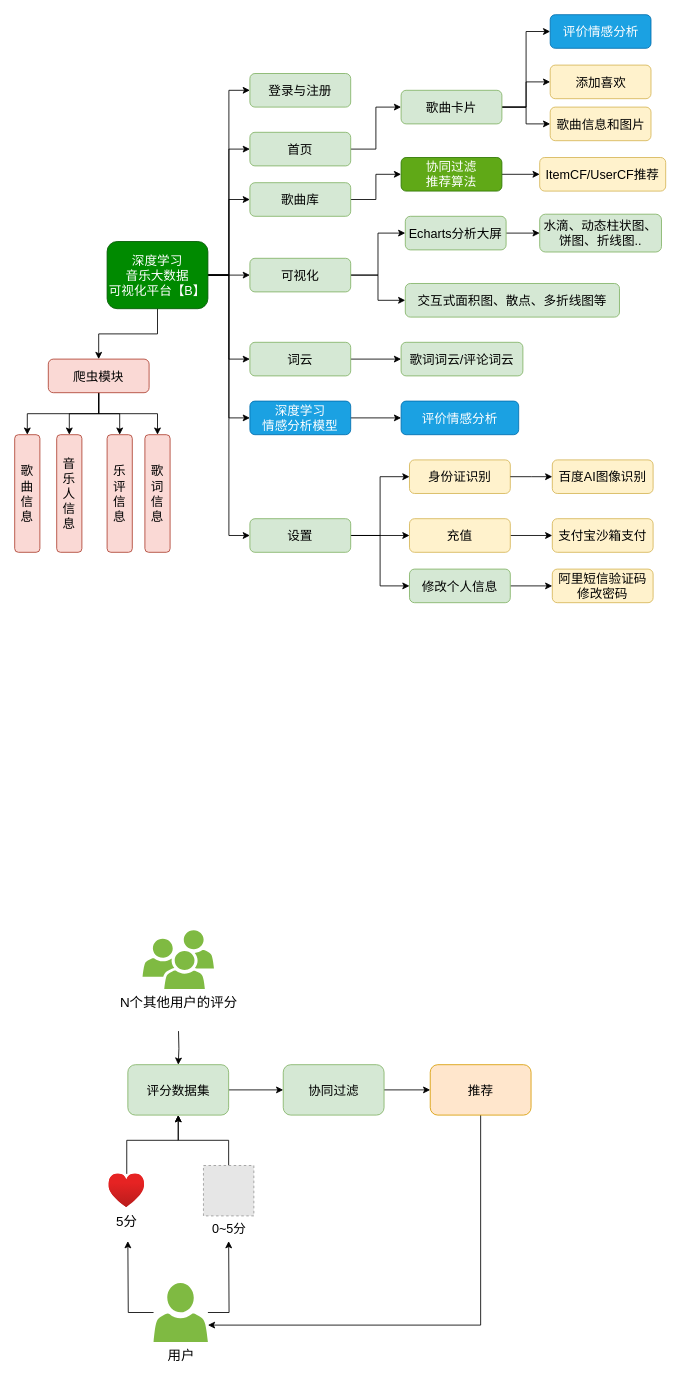
Before: 20-flask-微博大数据.drawio in redcomet88/DRAW, a draw.io diagram. Source tidied: cells renumbered, new cells numbered last; positions are measured from the earlier drawing's top-left corner, leaving out a move shared by most shapes. Both pictures are drawn from the tidied source at 84%, with x=0, y=0 at pixel (14, 14). Pictures stored in the file or linked from it are replaced by grey dashed boxes.
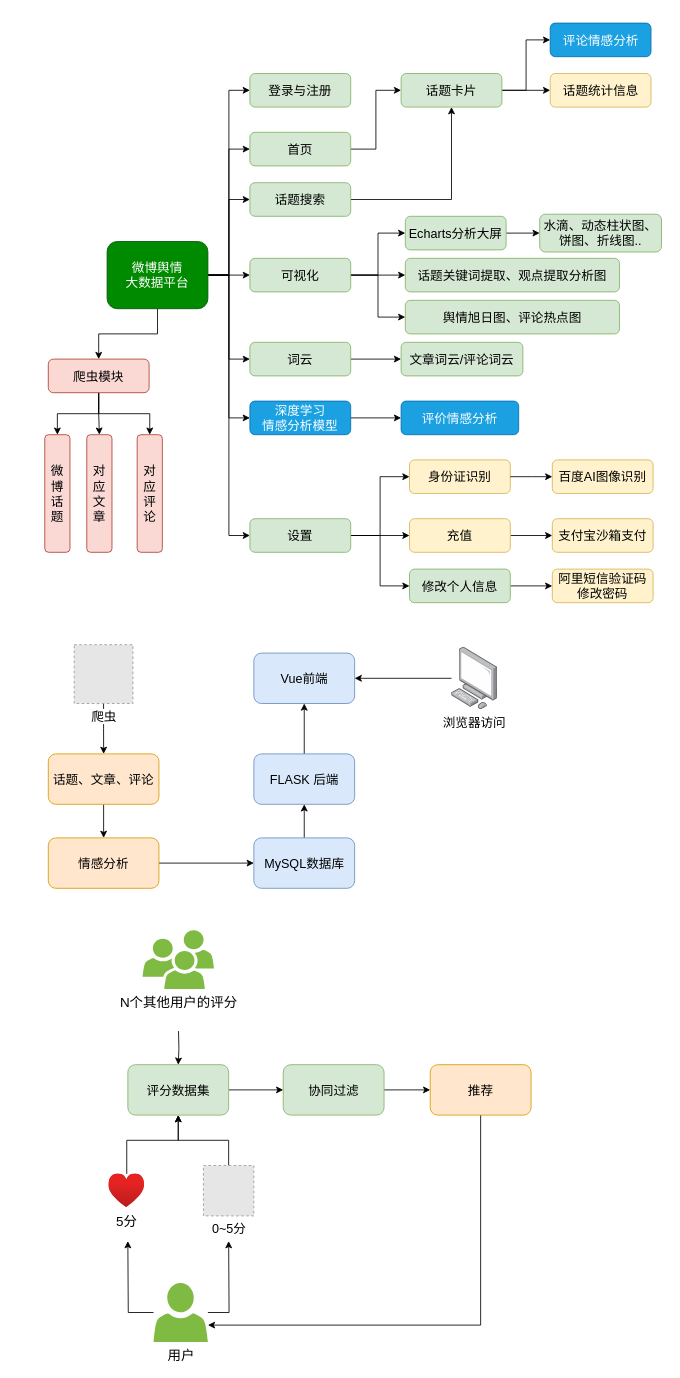
Above is the later version.

Commit message:
Update 20-flask-微博大数据.drawio

The change refers to these unchanged cells:
```xml
<mxCell id="19" value="可视化" style="rounded=1;whiteSpace=wrap;html=1;fontSize=15;fillColor=#d5e8d4;strokeColor=#82b366;" parent="1" vertex="1">
  <mxGeometry x="280" y="290" width="120" height="40" as="geometry" />
</mxCell>
<mxCell id="49" value="爬虫模块" style="rounded=1;whiteSpace=wrap;html=1;fontSize=15;fillColor=#fad9d5;strokeColor=#ae4132;" parent="1" vertex="1">
  <mxGeometry x="40" y="410" width="120" height="40" as="geometry" />
</mxCell>
```

What changed in the source:
```diff
@@
-    <mxCell id="13" value="深度学习&lt;br&gt;音乐大数据&lt;br&gt;可视化平台【B】" style="rounded=1;whiteSpace=wrap;html=1;fontSize=15;fillColor=#008a00;strokeColor=#005700;fontColor=#ffffff;" parent="1" vertex="1">
+    <mxCell id="13" value="微博舆情&lt;br&gt;大数据平台" style="rounded=1;whiteSpace=wrap;html=1;fontSize=15;fillColor=#008a00;strokeColor=#005700;fontColor=#ffffff;" parent="1" vertex="1">
       <mxGeometry x="110" y="270" width="120" height="80" as="geometry" />
     </mxCell>
@@
+    <mxCell id="76" style="edgeStyle=orthogonalEdgeStyle;rounded=0;jettySize=auto;html=1;exitX=1;exitY=0.5;exitDx=0;exitDy=0;entryX=0;entryY=0.5;entryDx=0;entryDy=0;fontSize=15;" parent="1" edge="1" source="19" target="90">
+      <mxGeometry relative="1" as="geometry" />
+    </mxCell>
@@
-    <mxCell id="20" style="edgeStyle=orthogonalEdgeStyle;rounded=0;jettySize=auto;html=1;exitX=1;exitY=0.5;exitDx=0;exitDy=0;entryX=0;entryY=0.5;entryDx=0;entryDy=0;" parent="1" edge="1" source="23" target="42">
-      <mxGeometry relative="1" as="geometry" />
-    </mxCell>
@@
-    <mxCell id="23" value="歌曲卡片" style="rounded=1;whiteSpace=wrap;html=1;fontSize=15;fillColor=#d5e8d4;strokeColor=#82b366;" parent="1" vertex="1">
-      <mxGeometry x="460" y="90" width="120" height="40" as="geometry" />
+    <mxCell id="23" value="话题卡片" style="rounded=1;whiteSpace=wrap;html=1;fontSize=15;fillColor=#d5e8d4;strokeColor=#82b366;" parent="1" vertex="1">
+      <mxGeometry x="460" y="70" width="120" height="40" as="geometry" />
     </mxCell>
@@
-    <mxCell id="27" value="歌词词云/评论词云" style="rounded=1;whiteSpace=wrap;html=1;fontSize=15;fillColor=#d5e8d4;strokeColor=#82b366;" parent="1" vertex="1">
+    <mxCell id="27" value="文章词云/评论词云" style="rounded=1;whiteSpace=wrap;html=1;fontSize=15;fillColor=#d5e8d4;strokeColor=#82b366;" parent="1" vertex="1">
       <mxGeometry x="460" y="390" width="145" height="40" as="geometry" />
     </mxCell>
@@
-    <mxCell id="30" style="edgeStyle=orthogonalEdgeStyle;rounded=0;jettySize=auto;html=1;" parent="1" edge="1" source="31" target="33">
+    <mxCell id="30" style="edgeStyle=orthogonalEdgeStyle;rounded=0;jettySize=auto;html=1;entryX=0.5;entryY=1;entryDx=0;entryDy=0;" parent="1" edge="1" source="31" target="23">
       <mxGeometry relative="1" as="geometry" />
     </mxCell>
-    <mxCell id="31" value="歌曲库" style="rounded=1;whiteSpace=wrap;html=1;fontSize=15;fillColor=#d5e8d4;strokeColor=#82b366;" parent="1" vertex="1">
+    <mxCell id="31" value="话题搜索" style="rounded=1;whiteSpace=wrap;html=1;fontSize=15;fillColor=#d5e8d4;strokeColor=#82b366;" parent="1" vertex="1">
       <mxGeometry x="280" y="200" width="120" height="40" as="geometry" />
     </mxCell>
-    <mxCell id="32" style="edgeStyle=orthogonalEdgeStyle;rounded=0;jettySize=auto;html=1;exitX=1;exitY=0.5;exitDx=0;exitDy=0;entryX=0;entryY=0.5;entryDx=0;entryDy=0;" parent="1" edge="1" source="33" target="38">
-      <mxGeometry relative="1" as="geometry" />
-    </mxCell>
-    <mxCell id="33" value="协同过滤&lt;br&gt;推荐算法" style="rounded=1;whiteSpace=wrap;html=1;fontSize=15;fillColor=#60a917;strokeColor=#2D7600;fontColor=#ffffff;" parent="1" vertex="1">
-      <mxGeometry x="460" y="170" width="120" height="40" as="geometry" />
-    </mxCell>
@@
-    <mxCell id="38" value="ItemCF/UserCF推荐" style="rounded=1;whiteSpace=wrap;html=1;fontSize=15;fillColor=#fff2cc;strokeColor=#d6b656;" parent="1" vertex="1">
-      <mxGeometry x="625" y="170" width="150" height="40" as="geometry" />
-    </mxCell>
@@
-    <mxCell id="42" value="歌曲信息和图片" style="rounded=1;whiteSpace=wrap;html=1;fontSize=15;fillColor=#fff2cc;strokeColor=#d6b656;" parent="1" vertex="1">
-      <mxGeometry x="637.5" y="110" width="120" height="40" as="geometry" />
-    </mxCell>
@@
-    <mxCell id="48" style="edgeStyle=orthogonalEdgeStyle;rounded=0;jettySize=auto;html=1;exitX=0.5;exitY=1;exitDx=0;exitDy=0;entryX=0.5;entryY=0;entryDx=0;entryDy=0;fontSize=20;" parent="1" edge="1" source="49" target="53">
-      <mxGeometry relative="1" as="geometry" />
-    </mxCell>
@@
-    <mxCell id="50" value="歌曲信息" style="rounded=1;whiteSpace=wrap;html=1;fontSize=15;fillColor=#fad9d5;strokeColor=#ae4132;" parent="1" vertex="1">
-      <mxGeometry y="500" width="30" height="140" as="geometry" />
+    <mxCell id="50" value="微博话题" style="rounded=1;whiteSpace=wrap;html=1;fontSize=15;fillColor=#fad9d5;strokeColor=#ae4132;" parent="1" vertex="1">
+      <mxGeometry x="35.8" y="500" width="30" height="140" as="geometry" />
     </mxCell>
-    <mxCell id="51" value="音乐人信息" style="rounded=1;whiteSpace=wrap;html=1;fontSize=15;fillColor=#fad9d5;strokeColor=#ae4132;" parent="1" vertex="1">
-      <mxGeometry x="50" y="500" width="30" height="140" as="geometry" />
+    <mxCell id="51" value="对应文章" style="rounded=1;whiteSpace=wrap;html=1;fontSize=15;fillColor=#fad9d5;strokeColor=#ae4132;" parent="1" vertex="1">
+      <mxGeometry x="85.8" y="500" width="30" height="140" as="geometry" />
     </mxCell>
-    <mxCell id="52" value="乐评信息" style="rounded=1;whiteSpace=wrap;html=1;fontSize=15;fillColor=#fad9d5;strokeColor=#ae4132;" parent="1" vertex="1">
-      <mxGeometry x="110" y="500" width="30" height="140" as="geometry" />
+    <mxCell id="52" value="对应评论" style="rounded=1;whiteSpace=wrap;html=1;fontSize=15;fillColor=#fad9d5;strokeColor=#ae4132;" parent="1" vertex="1">
+      <mxGeometry x="145.8" y="500" width="30" height="140" as="geometry" />
     </mxCell>
-    <mxCell id="53" value="歌词信息" style="rounded=1;whiteSpace=wrap;html=1;fontSize=15;fillColor=#fad9d5;strokeColor=#ae4132;" parent="1" vertex="1">
-      <mxGeometry x="155" y="500" width="30" height="140" as="geometry" />
-    </mxCell>
@@
-    <mxCell id="55" value="交互式面积图、散点、多折线图等" style="rounded=1;whiteSpace=wrap;html=1;fontSize=15;fillColor=#d5e8d4;strokeColor=#82b366;" parent="1" vertex="1">
-      <mxGeometry x="465" y="320" width="255" height="40" as="geometry" />
+    <mxCell id="55" value="舆情旭日图、评论热点图" style="rounded=1;whiteSpace=wrap;html=1;fontSize=15;fillColor=#d5e8d4;strokeColor=#82b366;" parent="1" vertex="1">
+      <mxGeometry x="465" y="340" width="255" height="40" as="geometry" />
     </mxCell>
-    <mxCell id="56" value="添加喜欢" style="rounded=1;whiteSpace=wrap;html=1;fontSize=15;fillColor=#fff2cc;strokeColor=#d6b656;" parent="1" vertex="1">
-      <mxGeometry x="637.5" y="60" width="120" height="40" as="geometry" />
+    <mxCell id="56" value="话题统计信息" style="rounded=1;whiteSpace=wrap;html=1;fontSize=15;fillColor=#fff2cc;strokeColor=#d6b656;" parent="1" vertex="1">
+      <mxGeometry x="637.5" y="70" width="120" height="40" as="geometry" />
     </mxCell>
-    <mxCell id="57" value="评价情感分析" style="rounded=1;whiteSpace=wrap;html=1;fontSize=15;fillColor=#1ba1e2;strokeColor=#006EAF;fontColor=#ffffff;" parent="1" vertex="1">
-      <mxGeometry x="637.5" width="120" height="40" as="geometry" />
+    <mxCell id="57" value="评论情感分析" style="rounded=1;whiteSpace=wrap;html=1;fontSize=15;fillColor=#1ba1e2;strokeColor=#006EAF;fontColor=#ffffff;" parent="1" vertex="1">
+      <mxGeometry x="637.5" y="10" width="120" height="40" as="geometry" />
     </mxCell>
@@
+    <mxCell id="77" style="edgeStyle=orthogonalEdgeStyle;rounded=0;jettySize=auto;html=1;fontSize=15;" parent="1" edge="1" source="78" target="80">
+      <mxGeometry relative="1" as="geometry" />
+    </mxCell>
+    <mxCell id="78" value="爬虫" style="fillColor=#E6E6E6;strokeColor=#999999;dashed=1;html=1;verticalAlign=top;verticalLabelPosition=bottom;labelBackgroundColor=#ffffff;fontSize=15;" parent="1" vertex="1">
+      <mxGeometry x="70.8" y="750" width="70" height="70" as="geometry" />
+    </mxCell>
+    <mxCell id="79" style="edgeStyle=orthogonalEdgeStyle;rounded=0;jettySize=auto;html=1;fontSize=15;" parent="1" edge="1" source="80" target="84">
+      <mxGeometry relative="1" as="geometry" />
+    </mxCell>
+    <mxCell id="80" value="话题、文章、评论" style="rounded=1;whiteSpace=wrap;html=1;fontSize=15;fillColor=#ffe6cc;strokeColor=#d79b00;" parent="1" vertex="1">
+      <mxGeometry x="40" y="880" width="131.7" height="60" as="geometry" />
+    </mxCell>
+    <mxCell id="81" style="edgeStyle=orthogonalEdgeStyle;rounded=0;jettySize=auto;html=1;fontSize=15;" parent="1" edge="1" source="82" target="86">
+      <mxGeometry relative="1" as="geometry" />
+    </mxCell>
+    <mxCell id="82" value="MySQL数据库" style="rounded=1;whiteSpace=wrap;html=1;fontSize=15;fillColor=#dae8fc;strokeColor=#6c8ebf;" parent="1" vertex="1">
+      <mxGeometry x="284.7" y="980" width="120" height="60" as="geometry" />
+    </mxCell>
+    <mxCell id="83" style="edgeStyle=orthogonalEdgeStyle;rounded=0;jettySize=auto;html=1;fontSize=15;" parent="1" edge="1" source="84" target="82">
+      <mxGeometry relative="1" as="geometry" />
+    </mxCell>
+    <mxCell id="84" value="情感分析" style="rounded=1;whiteSpace=wrap;html=1;fontSize=15;fillColor=#ffe6cc;strokeColor=#d79b00;" parent="1" vertex="1">
+      <mxGeometry x="40" y="980" width="131.7" height="60" as="geometry" />
+    </mxCell>
+    <mxCell id="85" style="edgeStyle=orthogonalEdgeStyle;rounded=0;jettySize=auto;html=1;fontSize=15;" parent="1" edge="1" source="86" target="87">
+      <mxGeometry relative="1" as="geometry" />
+    </mxCell>
+    <mxCell id="86" value="FLASK 后端" style="rounded=1;whiteSpace=wrap;html=1;fontSize=15;fillColor=#dae8fc;strokeColor=#6c8ebf;" parent="1" vertex="1">
+      <mxGeometry x="284.7" y="880" width="120" height="60" as="geometry" />
+    </mxCell>
+    <mxCell id="87" value="Vue前端" style="rounded=1;whiteSpace=wrap;html=1;fontSize=15;fillColor=#dae8fc;strokeColor=#6c8ebf;" parent="1" vertex="1">
+      <mxGeometry x="284.7" y="760" width="120" height="60" as="geometry" />
+    </mxCell>
+    <mxCell id="88" style="edgeStyle=orthogonalEdgeStyle;rounded=0;jettySize=auto;html=1;entryX=1;entryY=0.5;entryDx=0;entryDy=0;fontSize=15;" parent="1" edge="1" source="89" target="87">
+      <mxGeometry relative="1" as="geometry" />
+    </mxCell>
+    <mxCell id="89" value="浏览器访问" style="points=[];html=1;align=center;shadow=0;dashed=0;image;image=img/lib/allied_telesis/computer_and_terminals/Personal_Computer.svg;fontSize=15;" parent="1" vertex="1">
+      <mxGeometry x="520" y="752.9" width="54.8" height="74.2" as="geometry" />
+    </mxCell>
+    <mxCell id="90" value="话题关键词提取、观点提取分析图" style="rounded=1;whiteSpace=wrap;html=1;fontSize=15;fillColor=#d5e8d4;strokeColor=#82b366;" parent="1" vertex="1">
+      <mxGeometry x="465" y="290" width="255" height="40" as="geometry" />
+    </mxCell>
```
